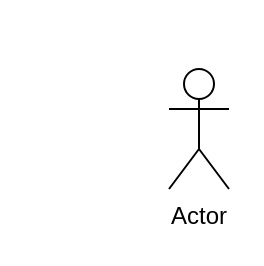
The draw.io diagram Untitled Diagram.drawio in MurielleMardenli200/projet4_architecture, before the edit. Source tidied: cells renumbered, new cells numbered last; positions are measured from the earlier drawing's top-left corner, leaving out a move shared by most shapes. Both pictures are drawn from the tidied source at 200%, with x=0, y=0 at pixel (168, 68).
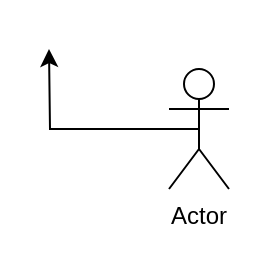
The same page after the edit.

What changed in the source:
```diff
@@
 <mxGraphModel>
   <root>
     <mxCell id="0" />
     <mxCell id="1" parent="0" />
+    <mxCell id="3" style="edgeStyle=orthogonalEdgeStyle;rounded=0;jettySize=auto;html=1;exitX=0.5;exitY=0.5;exitDx=0;exitDy=0;exitPerimeter=0;" parent="1" edge="1" source="2">
+      <mxGeometry relative="1" as="geometry">
+        <mxPoint x="-60" y="-10" as="targetPoint" />
+      </mxGeometry>
+    </mxCell>
     <mxCell id="2" value="Actor" style="shape=umlActor;verticalLabelPosition=bottom;verticalAlign=top;html=1;outlineConnect=0;" parent="1" vertex="1">
       <mxGeometry width="30" height="60" as="geometry" />
     </mxCell>
   </root>
 </mxGraphModel>
```
